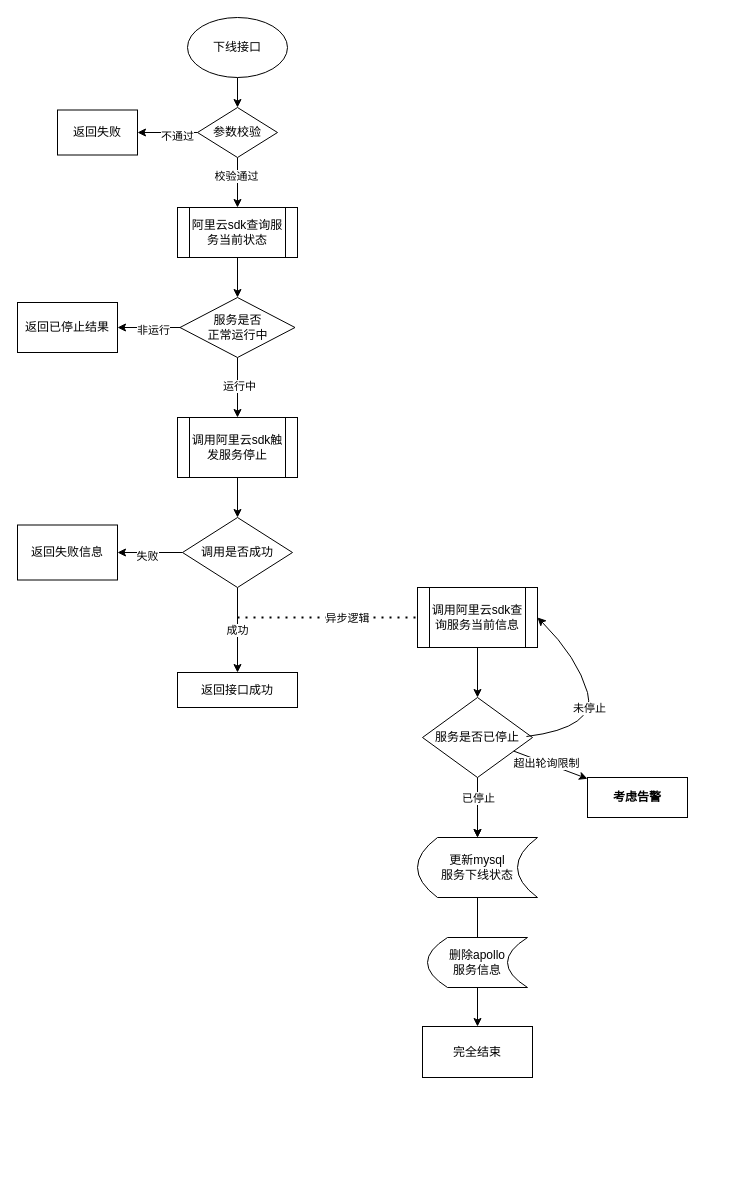
This is 下线pai流程图.drawio from 1418956397/JavaWeb-Project-Source-Share, a draw.io file, before an edit. Source tidied: cells renumbered, new cells numbered last; positions are measured from the earlier drawing's top-left corner, leaving out a move shared by most shapes. Both pictures are drawn from the tidied source at 100%, with x=0, y=0 at pixel (17, 17).
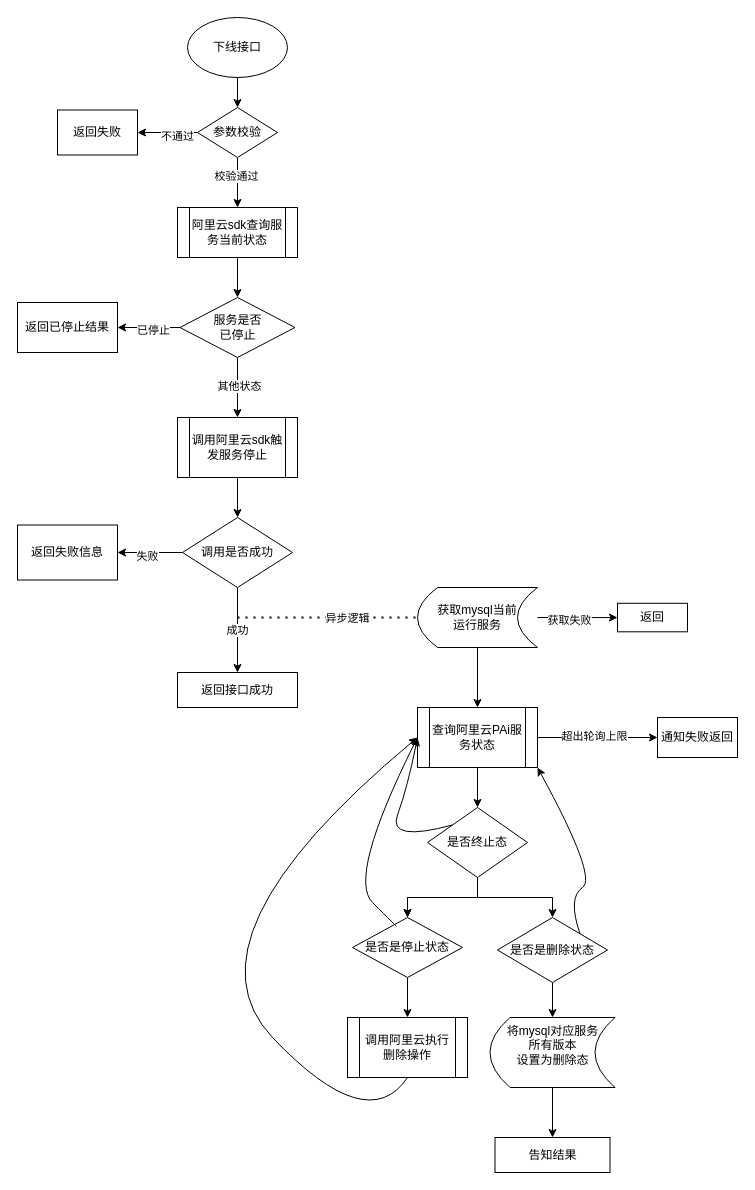
The same page after the edit.

Commit message:
更新下线pai流程图.drawio

The change refers to these unchanged cells:
```xml
<mxCell id="12" style="edgeStyle=orthogonalEdgeStyle;rounded=0;jettySize=auto;html=1;" parent="1" edge="1" source="16" target="17">
  <mxGeometry relative="1" as="geometry" />
</mxCell>
<mxCell id="14" style="edgeStyle=orthogonalEdgeStyle;rounded=0;jettySize=auto;html=1;" parent="1" edge="1" source="16" target="19">
  <mxGeometry relative="1" as="geometry" />
</mxCell>
```

The edit, as a diff of the source:
```diff
@@
-    <mxCell id="13" value="非运行" style="edgeLabel;html=1;align=center;verticalAlign=middle;" parent="12" vertex="1">
+    <mxCell id="13" value="已停止" style="edgeLabel;html=1;align=center;verticalAlign=middle;" parent="12" vertex="1">
       <mxGeometry x="-0.12" y="2" relative="1" as="geometry">
         <mxPoint x="1" as="offset" />
       </mxGeometry>
     </mxCell>
@@
-    <mxCell id="15" value="运行中" style="edgeLabel;html=1;align=center;verticalAlign=middle;" parent="14" vertex="1">
+    <mxCell id="15" value="其他状态" style="edgeLabel;html=1;align=center;verticalAlign=middle;" parent="14" vertex="1">
       <mxGeometry x="-0.07" y="1" relative="1" as="geometry" />
     </mxCell>
-    <mxCell id="16" value="服务是否&lt;div&gt;正常运行中&lt;/div&gt;" style="rhombus;whiteSpace=wrap;html=1;" parent="1" vertex="1">
+    <mxCell id="16" value="服务是否&lt;div&gt;已停止&lt;/div&gt;" style="rhombus;whiteSpace=wrap;html=1;" parent="1" vertex="1">
       <mxGeometry x="162.5" y="280" width="115" height="60" as="geometry" />
     </mxCell>
@@
-    <mxCell id="28" style="edgeStyle=orthogonalEdgeStyle;rounded=0;jettySize=auto;html=1;" parent="1" edge="1" source="29" target="33">
-      <mxGeometry relative="1" as="geometry" />
-    </mxCell>
-    <mxCell id="29" value="调用阿里云sdk查询服务当前信息" style="shape=process;whiteSpace=wrap;html=1;backgroundOutline=1;" parent="1" vertex="1">
-      <mxGeometry x="400" y="570" width="120" height="60" as="geometry" />
-    </mxCell>
-    <mxCell id="30" style="edgeStyle=orthogonalEdgeStyle;rounded=0;jettySize=auto;html=1;" parent="1" edge="1" source="33">
-      <mxGeometry relative="1" as="geometry">
-        <mxPoint x="460" y="820" as="targetPoint" />
-      </mxGeometry>
-    </mxCell>
-    <mxCell id="31" style="edgeStyle=orthogonalEdgeStyle;rounded=0;jettySize=auto;html=1;" parent="1" edge="1" source="33">
-      <mxGeometry relative="1" as="geometry">
-        <mxPoint x="460" y="820" as="targetPoint" />
-      </mxGeometry>
-    </mxCell>
-    <mxCell id="32" value="已停止" style="edgeLabel;html=1;align=center;verticalAlign=middle;" parent="31" vertex="1">
-      <mxGeometry x="0.37" y="-2" relative="1" as="geometry">
-        <mxPoint x="2" y="-20" as="offset" />
-      </mxGeometry>
-    </mxCell>
-    <mxCell id="33" value="服务是否已停止" style="rhombus;whiteSpace=wrap;html=1;" parent="1" vertex="1">
-      <mxGeometry x="405" y="680" width="110" height="80" as="geometry" />
-    </mxCell>
-    <mxCell id="34" style="curved=1;endArrow=classic;html=1;rounded=0;exitX=0.945;exitY=0.488;exitDx=0;exitDy=0;exitPerimeter=0;entryX=1;entryY=0.5;entryDx=0;entryDy=0;" parent="1" edge="1" source="33" target="29">
-      <mxGeometry relative="1" as="geometry">
-        <Array as="points">
-          <mxPoint x="580" y="710" />
-          <mxPoint x="560" y="640" />
-        </Array>
-      </mxGeometry>
-    </mxCell>
-    <mxCell id="35" value="未停止" style="edgeLabel;html=1;align=center;verticalAlign=middle;" parent="34" vertex="1">
-      <mxGeometry x="-0.07" y="3" relative="1" as="geometry" />
-    </mxCell>
-    <mxCell id="36" style="edgeStyle=orthogonalEdgeStyle;rounded=0;orthogonalLoop=1;jettySize=auto;html=1;" parent="1" edge="1">
-      <mxGeometry relative="1" as="geometry">
-        <mxPoint x="460" y="880" as="sourcePoint" />
-        <mxPoint x="460" y="940" as="targetPoint" />
-      </mxGeometry>
-    </mxCell>
-    <mxCell id="37" value="&lt;b&gt;考虑告警&lt;/b&gt;" style="rounded=0;whiteSpace=wrap;html=1;" parent="1" vertex="1">
-      <mxGeometry x="570" y="760" width="100" height="40" as="geometry" />
-    </mxCell>
-    <mxCell id="38" style="endArrow=classic;html=1;rounded=0;" parent="1" edge="1" source="33" target="37">
-      <mxGeometry relative="1" as="geometry" />
-    </mxCell>
-    <mxCell id="39" value="超出轮询限制" style="edgeLabel;html=1;align=center;verticalAlign=middle;" parent="38" vertex="1">
-      <mxGeometry x="-0.13" relative="1" as="geometry" />
-    </mxCell>
-    <mxCell id="40" value="更新mysql&lt;div&gt;服务下线状态&lt;/div&gt;" style="shape=dataStorage;whiteSpace=wrap;html=1;fixedSize=1;" parent="1" vertex="1">
-      <mxGeometry x="400" y="820" width="120" height="60" as="geometry" />
-    </mxCell>
-    <mxCell id="41" style="edgeStyle=orthogonalEdgeStyle;rounded=0;jettySize=auto;html=1;" parent="1" edge="1" source="42" target="43">
-      <mxGeometry relative="1" as="geometry" />
-    </mxCell>
-    <mxCell id="42" value="删除apollo&lt;div&gt;服务信息&lt;/div&gt;" style="shape=dataStorage;whiteSpace=wrap;html=1;fixedSize=1;" parent="1" vertex="1">
-      <mxGeometry x="410" y="920" width="100" height="50" as="geometry" />
-    </mxCell>
-    <mxCell id="43" value="完全结束" style="whiteSpace=wrap;html=1;" parent="1" vertex="1">
-      <mxGeometry x="405" y="1009" width="110" height="51" as="geometry" />
-    </mxCell>
+    <mxCell id="44" style="edgeStyle=orthogonalEdgeStyle;rounded=0;jettySize=auto;html=1;" parent="1" edge="1" source="47" target="48">
+      <mxGeometry relative="1" as="geometry" />
+    </mxCell>
+    <mxCell id="45" value="获取失败" style="edgeLabel;html=1;align=center;verticalAlign=middle;" parent="44" vertex="1">
+      <mxGeometry x="-0.23" y="-1" relative="1" as="geometry">
+        <mxPoint y="1" as="offset" />
+      </mxGeometry>
+    </mxCell>
+    <mxCell id="46" style="edgeStyle=orthogonalEdgeStyle;rounded=0;jettySize=auto;html=1;" parent="1" edge="1" source="47" target="52">
+      <mxGeometry relative="1" as="geometry" />
+    </mxCell>
+    <mxCell id="47" value="获取mysql当前&lt;div&gt;运行服务&lt;/div&gt;" style="shape=dataStorage;whiteSpace=wrap;html=1;fixedSize=1;" parent="1" vertex="1">
+      <mxGeometry x="400" y="570" width="120" height="60" as="geometry" />
+    </mxCell>
+    <mxCell id="48" value="返回" style="whiteSpace=wrap;html=1;" parent="1" vertex="1">
+      <mxGeometry x="600" y="585.8" width="70" height="28.5" as="geometry" />
+    </mxCell>
+    <mxCell id="49" style="edgeStyle=orthogonalEdgeStyle;rounded=0;jettySize=auto;html=1;" parent="1" edge="1" source="52" target="56">
+      <mxGeometry relative="1" as="geometry" />
+    </mxCell>
+    <mxCell id="50" style="edgeStyle=orthogonalEdgeStyle;rounded=0;jettySize=auto;html=1;" parent="1" edge="1" source="52" target="59">
+      <mxGeometry relative="1" as="geometry" />
+    </mxCell>
+    <mxCell id="51" value="超出轮询上限" style="edgeLabel;html=1;align=center;verticalAlign=middle;" parent="50" vertex="1">
+      <mxGeometry x="-0.07" y="2" relative="1" as="geometry" />
+    </mxCell>
+    <mxCell id="52" value="查询阿里云PAi服务状态" style="shape=process;whiteSpace=wrap;html=1;backgroundOutline=1;" parent="1" vertex="1">
+      <mxGeometry x="400" y="690" width="120" height="60" as="geometry" />
+    </mxCell>
+    <mxCell id="53" style="edgeStyle=orthogonalEdgeStyle;rounded=0;jettySize=auto;html=1;" parent="1" edge="1" source="56" target="58">
+      <mxGeometry relative="1" as="geometry" />
+    </mxCell>
+    <mxCell id="54" style="edgeStyle=orthogonalEdgeStyle;rounded=0;jettySize=auto;html=1;" parent="1" edge="1" source="56" target="58">
+      <mxGeometry relative="1" as="geometry" />
+    </mxCell>
+    <mxCell id="55" style="edgeStyle=orthogonalEdgeStyle;rounded=0;jettySize=auto;html=1;" parent="1" edge="1" source="56" target="64">
+      <mxGeometry relative="1" as="geometry" />
+    </mxCell>
+    <mxCell id="56" value="是否终止态" style="rhombus;whiteSpace=wrap;html=1;" parent="1" vertex="1">
+      <mxGeometry x="410" y="790" width="100" height="70" as="geometry" />
+    </mxCell>
+    <mxCell id="57" style="edgeStyle=orthogonalEdgeStyle;rounded=0;jettySize=auto;html=1;" parent="1" edge="1" source="58" target="62">
+      <mxGeometry relative="1" as="geometry" />
+    </mxCell>
+    <mxCell id="58" value="是否是停止状态" style="rhombus;whiteSpace=wrap;html=1;" parent="1" vertex="1">
+      <mxGeometry x="335" y="900" width="110" height="60" as="geometry" />
+    </mxCell>
+    <mxCell id="59" value="通知失败返回" style="whiteSpace=wrap;html=1;" parent="1" vertex="1">
+      <mxGeometry x="640" y="700" width="80" height="40" as="geometry" />
+    </mxCell>
+    <mxCell id="60" style="curved=1;endArrow=classic;html=1;rounded=0;exitX=0;exitY=0;exitDx=0;exitDy=0;entryX=0;entryY=0.5;entryDx=0;entryDy=0;" parent="1" edge="1" source="56" target="52">
+      <mxGeometry relative="1" as="geometry">
+        <Array as="points">
+          <mxPoint x="370" y="825" />
+          <mxPoint x="390" y="770" />
+        </Array>
+      </mxGeometry>
+    </mxCell>
+    <mxCell id="61" style="curved=1;endArrow=classic;html=1;rounded=0;exitX=0.4;exitY=0.15;exitDx=0;exitDy=0;exitPerimeter=0;entryX=0;entryY=0.5;entryDx=0;entryDy=0;" parent="1" edge="1" source="58" target="52">
+      <mxGeometry relative="1" as="geometry">
+        <Array as="points">
+          <mxPoint x="380" y="910" />
+          <mxPoint x="330" y="860" />
+        </Array>
+      </mxGeometry>
+    </mxCell>
+    <mxCell id="62" value="调用阿里云执行删除操作" style="shape=process;whiteSpace=wrap;html=1;backgroundOutline=1;" parent="1" vertex="1">
+      <mxGeometry x="330" y="1000" width="120" height="60" as="geometry" />
+    </mxCell>
+    <mxCell id="63" style="edgeStyle=orthogonalEdgeStyle;rounded=0;jettySize=auto;html=1;" parent="1" edge="1" source="64" target="68">
+      <mxGeometry relative="1" as="geometry" />
+    </mxCell>
+    <mxCell id="64" value="是否是删除状态" style="rhombus;whiteSpace=wrap;html=1;" parent="1" vertex="1">
+      <mxGeometry x="480" y="900" width="110" height="65" as="geometry" />
+    </mxCell>
+    <mxCell id="65" style="curved=1;endArrow=classic;html=1;rounded=0;exitX=0.5;exitY=1;exitDx=0;exitDy=0;entryX=0;entryY=0.5;entryDx=0;entryDy=0;" parent="1" edge="1" source="62" target="52">
+      <mxGeometry relative="1" as="geometry">
+        <Array as="points">
+          <mxPoint x="350" y="1120" />
+          <mxPoint x="160" y="920" />
+        </Array>
+      </mxGeometry>
+    </mxCell>
+    <mxCell id="66" style="curved=1;endArrow=classic;html=1;rounded=0;exitX=1;exitY=0;exitDx=0;exitDy=0;entryX=1;entryY=1;entryDx=0;entryDy=0;" parent="1" edge="1" source="64" target="52">
+      <mxGeometry relative="1" as="geometry">
+        <Array as="points">
+          <mxPoint x="550" y="880" />
+          <mxPoint x="580" y="860" />
+        </Array>
+      </mxGeometry>
+    </mxCell>
+    <mxCell id="67" style="edgeStyle=orthogonalEdgeStyle;rounded=0;jettySize=auto;html=1;" parent="1" edge="1" source="68" target="69">
+      <mxGeometry relative="1" as="geometry" />
+    </mxCell>
+    <mxCell id="68" value="将mysql对应服务&lt;div&gt;所有版本&lt;/div&gt;&lt;div&gt;设置为删除态&lt;div&gt;&lt;br&gt;&lt;/div&gt;&lt;/div&gt;" style="shape=dataStorage;whiteSpace=wrap;html=1;fixedSize=1;" parent="1" vertex="1">
+      <mxGeometry x="472.5" y="1000" width="125" height="70" as="geometry" />
+    </mxCell>
+    <mxCell id="69" value="告知结果" style="whiteSpace=wrap;html=1;" parent="1" vertex="1">
+      <mxGeometry x="477.5" y="1120" width="115" height="35" as="geometry" />
+    </mxCell>
```
